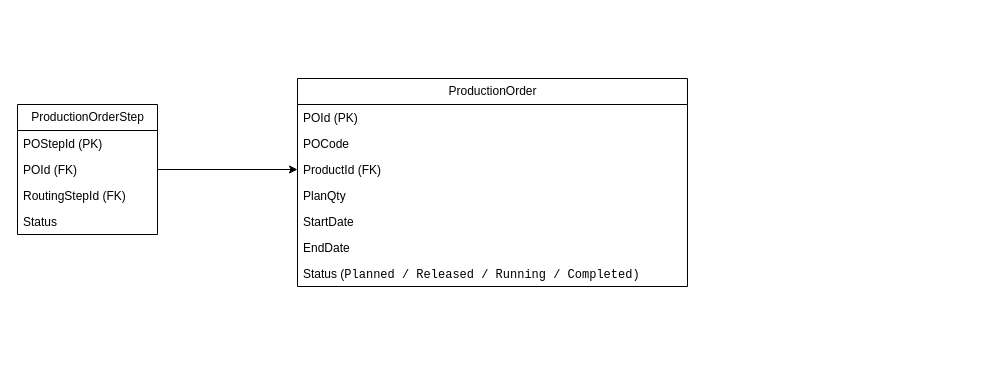
Earlier version of the draw.io diagram page "Production Order" (3 of 7) of erd.drawio (anh0701/mes). Source tidied: cells renumbered, new cells numbered last; positions are measured from the earlier drawing's top-left corner, leaving out a move shared by most shapes. Both pictures are drawn from the tidied source at 100%, with x=0, y=0 at pixel (17, 78).
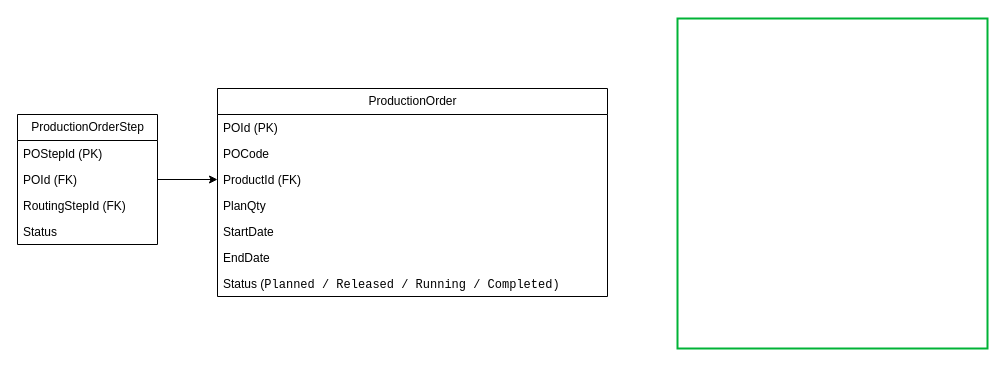
After the change.

Diff of the diagram source:
```diff
@@
 <mxGraphModel>
   <root>
     <mxCell id="0" />
     <mxCell id="1" parent="0" />
     <mxCell id="2" value="ProductionOrder" style="swimlane;fontStyle=0;horizontal=1;startSize=26;fillColor=none;html=1;" parent="1" vertex="1">
-      <mxGeometry x="280" width="390" height="208" as="geometry" />
+      <mxGeometry x="200" y="10" width="390" height="208" as="geometry" />
     </mxCell>
     <mxCell id="3" value="POId (PK)" style="text;strokeColor=none;fillColor=none;align=left;verticalAlign=top;spacingLeft=4;spacingRight=4;overflow=hidden;whiteSpace=wrap;html=1;" parent="2" vertex="1">
       <mxGeometry y="26" width="390" height="26" as="geometry" />
     </mxCell>
     <mxCell id="4" value="POCode" style="text;strokeColor=none;fillColor=none;align=left;verticalAlign=top;spacingLeft=4;spacingRight=4;overflow=hidden;whiteSpace=wrap;html=1;" parent="2" vertex="1">
       <mxGeometry y="52" width="390" height="26" as="geometry" />
     </mxCell>
     <mxCell id="5" value="ProductId (FK)" style="text;strokeColor=none;fillColor=none;align=left;verticalAlign=top;spacingLeft=4;spacingRight=4;overflow=hidden;points=[[0,0.5],[1,0.5]];portConstraint=eastwest;whiteSpace=wrap;html=1;" parent="2" vertex="1">
       <mxGeometry y="78" width="390" height="26" as="geometry" />
     </mxCell>
     <mxCell id="6" value="PlanQty" style="text;strokeColor=none;fillColor=none;align=left;verticalAlign=top;spacingLeft=4;spacingRight=4;overflow=hidden;whiteSpace=wrap;html=1;" parent="2" vertex="1">
       <mxGeometry y="104" width="390" height="26" as="geometry" />
     </mxCell>
     <mxCell id="7" value="StartDate" style="text;strokeColor=none;fillColor=none;align=left;verticalAlign=top;spacingLeft=4;spacingRight=4;overflow=hidden;whiteSpace=wrap;html=1;" parent="2" vertex="1">
       <mxGeometry y="130" width="390" height="26" as="geometry" />
     </mxCell>
     <mxCell id="8" value="EndDate" style="text;strokeColor=none;fillColor=none;align=left;verticalAlign=top;spacingLeft=4;spacingRight=4;overflow=hidden;whiteSpace=wrap;html=1;" parent="2" vertex="1">
       <mxGeometry y="156" width="390" height="26" as="geometry" />
     </mxCell>
     <mxCell id="9" value="Status (&lt;span style=&quot;font-family: &amp;quot;Droid Sans Mono&amp;quot;, monospace; white-space: pre;&quot;&gt;&lt;font style=&quot;color: rgb(0, 0, 0); font-size: 12px;&quot;&gt;Planned / Released / Running / Completed)&lt;/font&gt;&lt;/span&gt;" style="text;strokeColor=none;fillColor=none;align=left;verticalAlign=top;spacingLeft=4;spacingRight=4;overflow=hidden;whiteSpace=wrap;html=1;" parent="2" vertex="1">
       <mxGeometry y="182" width="390" height="26" as="geometry" />
     </mxCell>
     <mxCell id="10" value="ProductionOrderStep" style="swimlane;fontStyle=0;horizontal=1;startSize=26;fillColor=none;html=1;" parent="1" vertex="1">
-      <mxGeometry y="26" width="140" height="130" as="geometry" />
+      <mxGeometry y="36" width="140" height="130" as="geometry" />
     </mxCell>
     <mxCell id="11" value="POStepId (PK)" style="text;strokeColor=none;fillColor=none;align=left;verticalAlign=top;spacingLeft=4;spacingRight=4;overflow=hidden;whiteSpace=wrap;html=1;" parent="10" vertex="1">
       <mxGeometry y="26" width="140" height="26" as="geometry" />
     </mxCell>
     <mxCell id="12" value="POId (FK)" style="text;strokeColor=none;fillColor=none;align=left;verticalAlign=top;spacingLeft=4;spacingRight=4;overflow=hidden;whiteSpace=wrap;html=1;" parent="10" vertex="1">
       <mxGeometry y="52" width="140" height="26" as="geometry" />
     </mxCell>
     <mxCell id="13" value="RoutingStepId (FK)" style="text;strokeColor=none;fillColor=none;align=left;verticalAlign=top;spacingLeft=4;spacingRight=4;overflow=hidden;whiteSpace=wrap;html=1;" parent="10" vertex="1">
       <mxGeometry y="78" width="140" height="26" as="geometry" />
     </mxCell>
     <mxCell id="14" value="Status" style="text;strokeColor=none;fillColor=none;align=left;verticalAlign=top;spacingLeft=4;spacingRight=4;overflow=hidden;whiteSpace=wrap;html=1;" parent="10" vertex="1">
       <mxGeometry y="104" width="140" height="26" as="geometry" />
     </mxCell>
     <mxCell id="15" style="edgeStyle=none;html=1;entryX=0;entryY=0.5;entryDx=0;entryDy=0;" parent="1" edge="1" source="10" target="5">
       <mxGeometry relative="1" as="geometry" />
     </mxCell>
+    <mxCell id="16" style="rounded=0;whiteSpace=wrap;html=1;fillColor=none;strokeColor=#00B336;strokeWidth=2;" parent="1" vertex="1">
+      <mxGeometry x="660" y="-60" width="310" height="330" as="geometry" />
+    </mxCell>
+    <mxCell id="17" value="&lt;h1 style=&quot;margin-top: 0px;&quot;&gt;&lt;br&gt;&lt;/h1&gt;" style="text;html=1;whiteSpace=wrap;overflow=hidden;rounded=0;" parent="1" vertex="1">
+      <mxGeometry x="690" y="-40" width="180" height="120" as="geometry" />
+    </mxCell>
   </root>
 </mxGraphModel>
```
